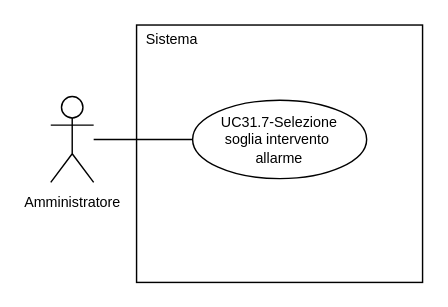
The draw.io diagram 2-RTB/Analisi_dei_requisiti/draw.io/UC31.7.drawio in SnakeByteTeam/snakebyteteam.github.io, before the edit. Source tidied: cells renumbered, new cells numbered last; positions are measured from the earlier drawing's top-left corner, leaving out a move shared by most shapes. Both pictures are drawn from the tidied source at 143%, with x=0, y=0 at pixel (50, 24).
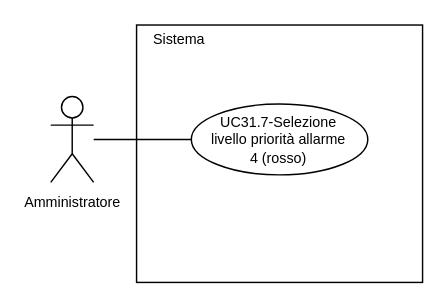
After the change.

The edit, as a diff of the source:
```diff
@@
 <mxGraphModel>
   <root>
     <mxCell id="0" />
     <mxCell id="1" parent="0" />
     <mxCell id="2" value="&lt;font style=&quot;font-size: 10px; line-height: 100%;&quot;&gt;Amministratore&lt;/font&gt;" style="shape=umlActor;verticalLabelPosition=bottom;verticalAlign=top;html=1;outlineConnect=0;" parent="1" vertex="1">
       <mxGeometry y="50" width="30" height="60" as="geometry" />
     </mxCell>
     <mxCell id="3" style="rounded=0;whiteSpace=wrap;html=1;" parent="1" vertex="1">
       <mxGeometry x="60" width="200" height="180" as="geometry" />
     </mxCell>
     <mxCell id="4" style="edgeStyle=orthogonalEdgeStyle;rounded=0;jettySize=auto;html=1;exitX=0;exitY=0.5;exitDx=0;exitDy=0;endArrow=none;endFill=0;" parent="1" edge="1" source="5" target="2">
       <mxGeometry relative="1" as="geometry" />
     </mxCell>
-    <mxCell id="5" value="&lt;div style=&quot;line-height: 100%;&quot;&gt;&lt;font style=&quot;line-height: 100%; font-size: 10px;&quot;&gt;UC31.7-Selezione&lt;/font&gt;&lt;/div&gt;&lt;div style=&quot;line-height: 100%;&quot;&gt;&lt;span style=&quot;font-size: 10px;&quot;&gt;soglia intervento&amp;nbsp;&lt;/span&gt;&lt;/div&gt;&lt;div style=&quot;line-height: 100%;&quot;&gt;&lt;span style=&quot;font-size: 10px;&quot;&gt;allarme&lt;/span&gt;&lt;/div&gt;" style="ellipse;whiteSpace=wrap;html=1;" parent="1" vertex="1">
-      <mxGeometry x="99.2" y="52.6" width="121.7" height="54.8" as="geometry" />
+    <mxCell id="5" value="&lt;div style=&quot;line-height: 100%;&quot;&gt;&lt;font style=&quot;line-height: 100%; font-size: 10px;&quot;&gt;UC31.7-Selezione&lt;/font&gt;&lt;/div&gt;&lt;div style=&quot;line-height: 100%;&quot;&gt;&lt;font style=&quot;line-height: 100%; font-size: 10px;&quot;&gt;livello priorità&amp;nbsp;&lt;/font&gt;&lt;span style=&quot;font-size: 10px; background-color: transparent; color: light-dark(rgb(0, 0, 0), rgb(255, 255, 255));&quot;&gt;allarme&lt;/span&gt;&lt;/div&gt;&lt;div style=&quot;line-height: 100%;&quot;&gt;&lt;span style=&quot;font-size: 10px; background-color: transparent; color: light-dark(rgb(0, 0, 0), rgb(255, 255, 255));&quot;&gt;4 (rosso)&lt;/span&gt;&lt;/div&gt;" style="ellipse;whiteSpace=wrap;html=1;" parent="1" vertex="1">
+      <mxGeometry x="98.3" y="55.2" width="123.4" height="49.6" as="geometry" />
     </mxCell>
     <mxCell id="6" value="&lt;font style=&quot;font-size: 10px;&quot;&gt;Sistema&lt;/font&gt;" style="text;html=1;whiteSpace=wrap;strokeColor=none;fillColor=none;align=center;verticalAlign=middle;rounded=0;" parent="1" vertex="1">
-      <mxGeometry x="60" width="50" height="20" as="geometry" />
+      <mxGeometry x="60" width="60" height="20" as="geometry" />
     </mxCell>
   </root>
 </mxGraphModel>
```
